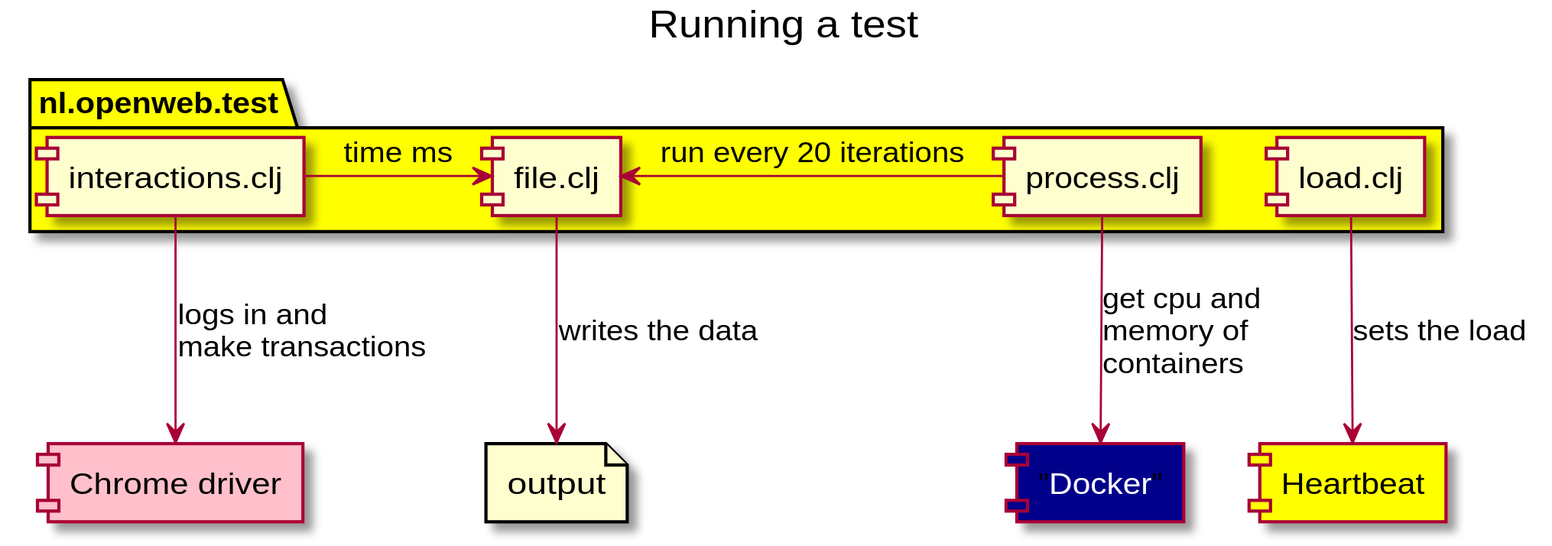
Before: docs/running-a-test.svg, a diagram exported from PlantUML (openweb-nl/open-bank-mark).
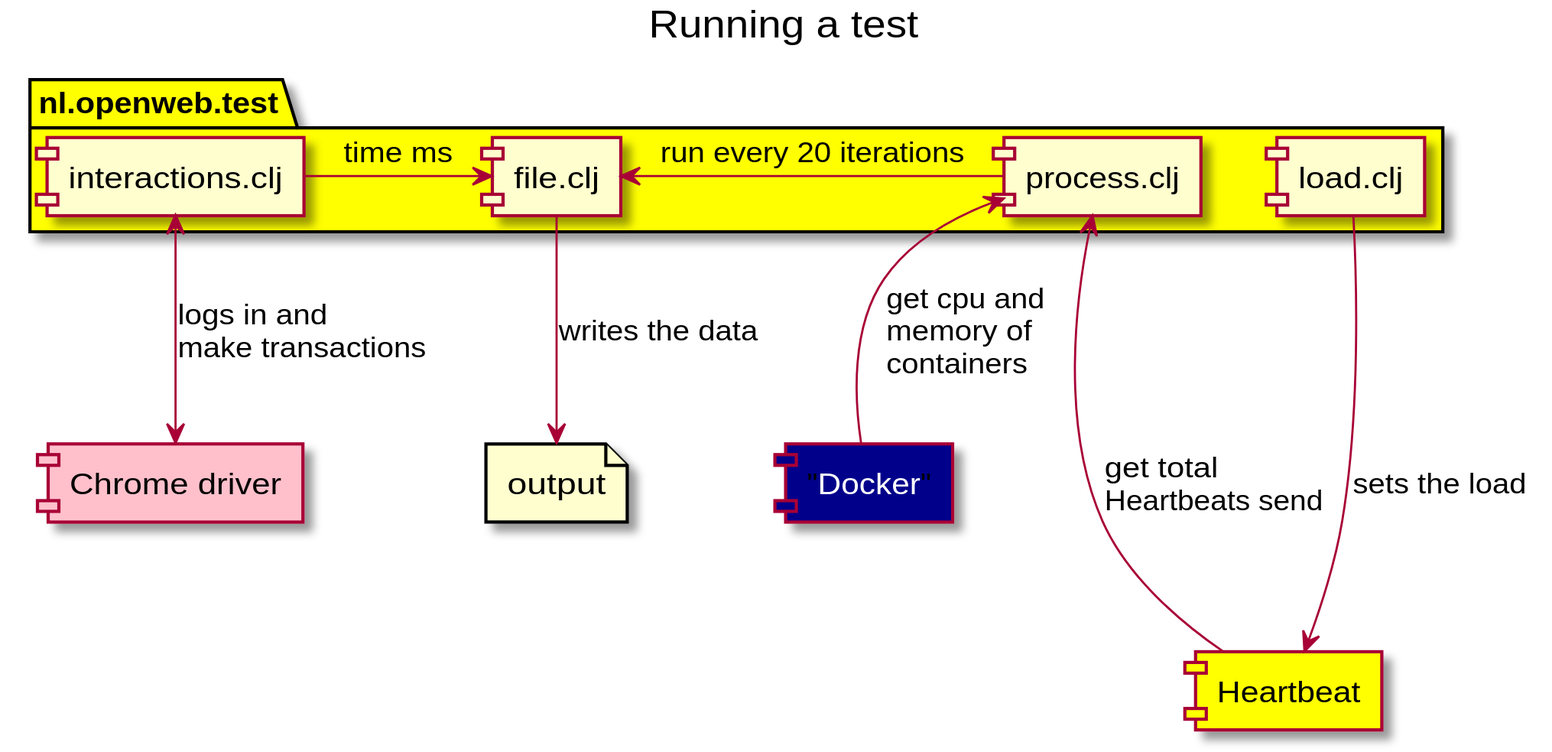
After the change.

Change to the diagram source:
```diff
@@ -16,8 +16,9 @@
 fi <- pr: run every 20 iterations
 in -> fi: time ms
 fi --> output :writes the data
-in --> cd :logs in and\lmake transactions
+in <--> cd :logs in and\lmake transactions
 lo --> hb :sets the load
-pr --> do :get cpu and\lmemory of\ncontainers
+pr <-- do :get cpu and\lmemory of\ncontainers
+pr <--- hb :get total\lHeartbeats send
 
 @enduml
```
